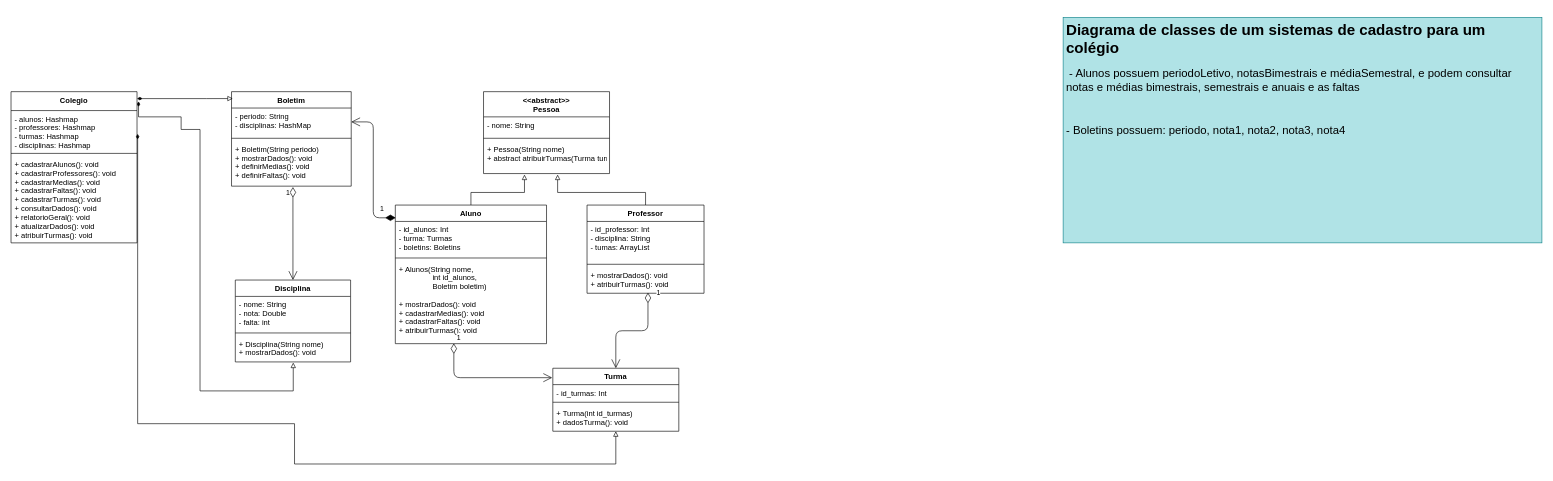
Earlier version of the draw.io diagram diagrama_classes2.drawio (moreirafelipe/dh-poo-checkpoint1). Source tidied: cells renumbered, new cells numbered last; positions are measured from the earlier drawing's top-left corner, leaving out a move shared by most shapes. Both pictures are drawn from the tidied source at 63%, with x=0, y=0 at pixel (11, 17).
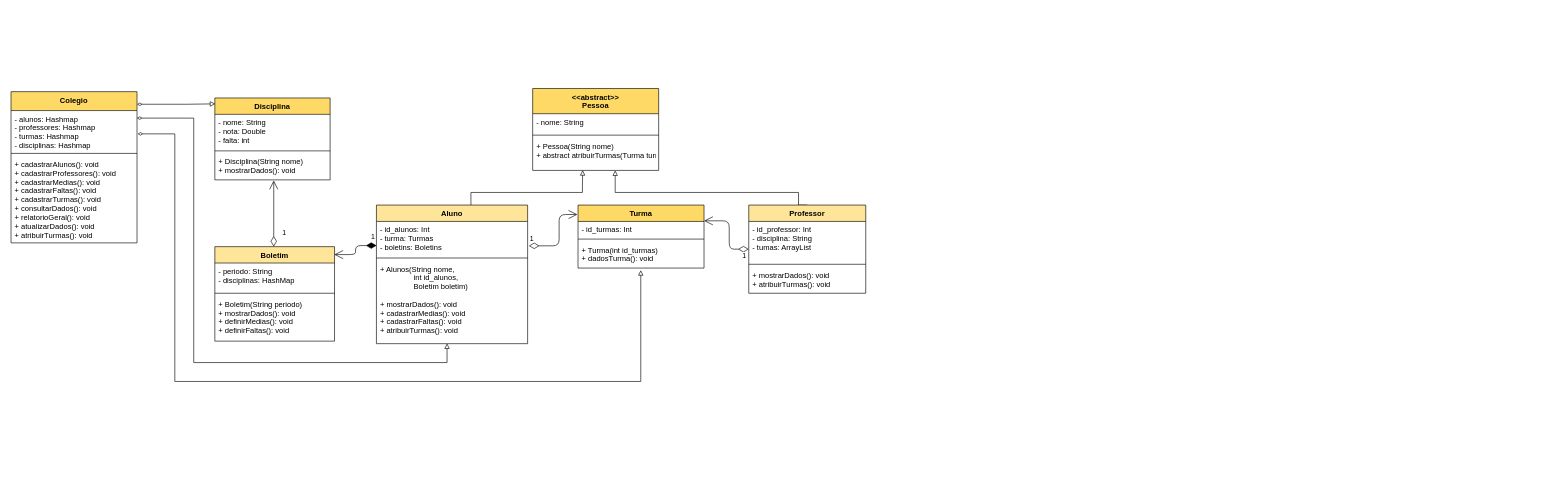
After the change.

The change refers to these unchanged cells:
```xml
<mxCell id="5" value="+ Turma(int id_turmas)&#10;+ dadosTurma(): void" style="text;strokeColor=none;fillColor=none;align=left;verticalAlign=top;spacingLeft=4;spacingRight=4;overflow=hidden;points=[[0,0.5],[1,0.5]];portConstraint=eastwest;" parent="2" vertex="1">
  <mxGeometry y="58" width="200" height="42" as="geometry" />
</mxCell>
<mxCell id="10" value="+ mostrarDados(): void&#10;+ atribuirTurmas(): void" style="text;strokeColor=none;fillColor=none;align=left;verticalAlign=top;spacingLeft=4;spacingRight=4;overflow=hidden;points=[[0,0.5],[1,0.5]];portConstraint=eastwest;" parent="7" vertex="1">
  <mxGeometry y="98" width="185.7" height="42" as="geometry" />
</mxCell>
<mxCell id="13" value="- id_alunos: Int&#10;- turma: Turmas&#10;- boletins: Boletins&#10;" style="text;strokeColor=none;fillColor=none;align=left;verticalAlign=top;spacingLeft=4;spacingRight=4;overflow=hidden;points=[[0,0.5],[1,0.5]];portConstraint=eastwest;" parent="12" vertex="1">
  <mxGeometry y="26" width="240" height="54" as="geometry" />
</mxCell>
<mxCell id="15" value="+ Alunos(String nome,&#10;                int id_alunos,&#10;                Boletim boletim)&#10;&#10;+ mostrarDados(): void&#10;+ cadastrarMedias(): void&#10;+ cadastrarFaltas(): void&#10;+ atribuirTurmas(): void" style="text;strokeColor=none;fillColor=none;align=left;verticalAlign=top;spacingLeft=4;spacingRight=4;overflow=hidden;points=[[0,0.5],[1,0.5]];portConstraint=eastwest;" parent="12" vertex="1">
  <mxGeometry y="88" width="240" height="132" as="geometry" />
</mxCell>
<mxCell id="20" value="+ Pessoa(String nome)&#10;+ abstract atribuirTurmas(Turma turma)" style="text;strokeColor=none;fillColor=none;align=left;verticalAlign=top;spacingLeft=4;spacingRight=4;overflow=hidden;points=[[0,0.5],[1,0.5]];portConstraint=eastwest;" parent="17" vertex="1">
  <mxGeometry y="78" width="200" height="52" as="geometry" />
</mxCell>
<mxCell id="22" value="- periodo: String&#10;- disciplinas: HashMap" style="text;strokeColor=none;fillColor=none;align=left;verticalAlign=top;spacingLeft=4;spacingRight=4;overflow=hidden;points=[[0,0.5],[1,0.5]];portConstraint=eastwest;" parent="21" vertex="1">
  <mxGeometry y="26" width="190" height="44" as="geometry" />
</mxCell>
<mxCell id="24" value="+ Boletim(String periodo)&#10;+ mostrarDados(): void&#10;+ definirMedias(): void&#10;+ definirFaltas(): void" style="text;strokeColor=none;fillColor=none;align=left;verticalAlign=top;spacingLeft=4;spacingRight=4;overflow=hidden;points=[[0,0.5],[1,0.5]];portConstraint=eastwest;" parent="21" vertex="1">
  <mxGeometry y="78" width="190" height="72" as="geometry" />
</mxCell>
<mxCell id="35" value="- alunos: Hashmap&#10;- professores: Hashmap&#10;- turmas: Hashmap&#10;- disciplinas: Hashmap&#10;" style="text;strokeColor=none;fillColor=none;align=left;verticalAlign=top;spacingLeft=4;spacingRight=4;overflow=hidden;points=[[0,0.5],[1,0.5]];portConstraint=eastwest;" parent="34" vertex="1">
  <mxGeometry y="30" width="200" height="64" as="geometry" />
</mxCell>
```

The edit, as a diff of the source:
```diff
@@
-    <mxCell id="2" value="Turma" style="swimlane;fontStyle=1;align=center;verticalAlign=top;horizontal=1;startSize=26;" parent="1" vertex="1">
-      <mxGeometry x="860" y="557" width="200" height="100" as="geometry" />
+    <mxCell id="2" value="Turma" style="swimlane;fontStyle=1;align=center;verticalAlign=top;horizontal=1;startSize=26;fillColor=#FFD966;" parent="1" vertex="1">
+      <mxGeometry x="900" y="298" width="200" height="100" as="geometry" />
     </mxCell>
@@
-    <mxCell id="6" style="edgeStyle=orthogonalEdgeStyle;rounded=0;jettySize=auto;html=1;entryX=0.588;entryY=1.03;entryDx=0;entryDy=0;entryPerimeter=0;startArrow=none;startFill=0;endArrow=block;endFill=0;" parent="1" edge="1" source="7" target="20">
+    <mxCell id="6" style="edgeStyle=orthogonalEdgeStyle;rounded=0;jettySize=auto;html=1;startArrow=none;startFill=0;endArrow=block;endFill=0;exitX=0.5;exitY=0;exitDx=0;exitDy=0;" parent="1" edge="1" source="7" target="20">
       <mxGeometry relative="1" as="geometry">
         <Array as="points">
-          <mxPoint x="1007" y="278" />
-          <mxPoint x="868" y="278" />
+          <mxPoint x="1250" y="298" />
+          <mxPoint x="1250" y="278" />
+          <mxPoint x="959" y="278" />
         </Array>
       </mxGeometry>
     </mxCell>
-    <mxCell id="7" value="Professor" style="swimlane;fontStyle=1;align=center;verticalAlign=top;horizontal=1;startSize=26;" parent="1" vertex="1">
-      <mxGeometry x="914.3" y="298" width="185.7" height="140" as="geometry" />
+    <mxCell id="7" value="Professor" style="swimlane;fontStyle=1;align=center;verticalAlign=top;horizontal=1;startSize=26;fillColor=#FFE599;" parent="1" vertex="1">
+      <mxGeometry x="1171" y="298" width="185.7" height="140" as="geometry" />
     </mxCell>
@@
-    <mxCell id="11" style="edgeStyle=orthogonalEdgeStyle;rounded=0;jettySize=auto;html=1;entryX=0.325;entryY=1.03;entryDx=0;entryDy=0;entryPerimeter=0;startArrow=none;startFill=0;endArrow=block;endFill=0;" parent="1" edge="1" source="12" target="20">
+    <mxCell id="11" style="edgeStyle=orthogonalEdgeStyle;rounded=0;jettySize=auto;html=1;entryX=0.397;entryY=0.992;entryDx=0;entryDy=0;entryPerimeter=0;startArrow=none;startFill=0;endArrow=block;endFill=0;" parent="1" edge="1" source="12" target="20">
       <mxGeometry relative="1" as="geometry">
         <Array as="points">
           <mxPoint x="730" y="278" />
-          <mxPoint x="815" y="278" />
+          <mxPoint x="907" y="278" />
+          <mxPoint x="907" y="268" />
+          <mxPoint x="907" y="268" />
         </Array>
       </mxGeometry>
     </mxCell>
-    <mxCell id="12" value="Aluno" style="swimlane;fontStyle=1;align=center;verticalAlign=top;horizontal=1;startSize=26;" parent="1" vertex="1">
-      <mxGeometry x="610" y="298" width="240" height="220" as="geometry" />
+    <mxCell id="12" value="Aluno" style="swimlane;fontStyle=1;align=center;verticalAlign=top;horizontal=1;startSize=26;fillColor=#FFE599;" parent="1" vertex="1">
+      <mxGeometry x="580" y="298" width="240" height="220" as="geometry" />
     </mxCell>
@@
-    <mxCell id="16" value="&lt;h1 align=&quot;left&quot;&gt;Diagrama de classes de um sistemas de cadastro para um colégio&lt;br&gt;&lt;/h1&gt;&lt;p align=&quot;left&quot;&gt;&lt;span style=&quot;font-size: 18px&quot;&gt;&amp;nbsp;- Alunos possuem periodoLetivo, notasBimestrais e médiaSemestral, e podem consultar notas e médias bimestrais, semestrais e anuais e as faltas&lt;/span&gt;&lt;/p&gt;&lt;p align=&quot;left&quot;&gt;&lt;span style=&quot;font-size: 18px&quot;&gt;&lt;br&gt;&lt;/span&gt;&lt;/p&gt;&lt;p align=&quot;left&quot;&gt;&lt;span style=&quot;font-size: 18px&quot;&gt;- Boletins possuem: periodo, nota1, nota2, nota3, nota4&lt;/span&gt;&lt;/p&gt;" style="text;html=1;strokeColor=#0e8088;fillColor=#b0e3e6;spacing=5;spacingTop=-20;whiteSpace=wrap;overflow=hidden;rounded=0;align=left;" parent="1" vertex="1">
-      <mxGeometry x="1670" width="760" height="358" as="geometry" />
-    </mxCell>
-    <mxCell id="17" value="&lt;&lt;abstract&gt;&gt;&#10;Pessoa" style="swimlane;fontStyle=1;align=center;verticalAlign=top;horizontal=1;startSize=40;" parent="1" vertex="1">
-      <mxGeometry x="750" y="118" width="200" height="130" as="geometry" />
+    <mxCell id="17" value="&lt;&lt;abstract&gt;&gt;&#10;Pessoa" style="swimlane;fontStyle=1;align=center;verticalAlign=top;horizontal=1;startSize=40;fillColor=#FFD966;" parent="1" vertex="1">
+      <mxGeometry x="828" y="113" width="200" height="130" as="geometry" />
     </mxCell>
@@
-    <mxCell id="21" value="Boletim" style="swimlane;fontStyle=1;align=center;verticalAlign=top;horizontal=1;startSize=26;" parent="1" vertex="1">
-      <mxGeometry x="350" y="118" width="190" height="150" as="geometry" />
+    <mxCell id="21" value="Boletim" style="swimlane;fontStyle=1;align=center;verticalAlign=top;horizontal=1;startSize=26;fillColor=#FFE599;" parent="1" vertex="1">
+      <mxGeometry x="323.5" y="364" width="190" height="150" as="geometry" />
     </mxCell>
@@
-    <mxCell id="25" value="1" style="endArrow=open;html=1;endSize=12;startArrow=diamondThin;startSize=14;startFill=1;edgeStyle=orthogonalEdgeStyle;align=left;verticalAlign=bottom;exitX=0.003;exitY=0.092;exitDx=0;exitDy=0;entryX=1;entryY=0.5;entryDx=0;entryDy=0;exitPerimeter=0;" parent="1" edge="1" source="12" target="22">
+    <mxCell id="25" value="1" style="endArrow=open;html=1;endSize=12;startArrow=diamondThin;startSize=14;startFill=1;edgeStyle=orthogonalEdgeStyle;align=left;verticalAlign=bottom;entryX=0.998;entryY=0.084;entryDx=0;entryDy=0;entryPerimeter=0;exitX=0.001;exitY=0.709;exitDx=0;exitDy=0;exitPerimeter=0;" parent="1" edge="1" source="13" target="21">
       <mxGeometry x="-0.76" y="-5" relative="1" as="geometry" />
     </mxCell>
-    <mxCell id="26" value="Disciplina" style="swimlane;fontStyle=1;align=center;verticalAlign=top;horizontal=1;startSize=26;" parent="1" vertex="1">
-      <mxGeometry x="356" y="417" width="183" height="130" as="geometry" />
+    <mxCell id="26" value="Disciplina" style="swimlane;fontStyle=1;align=center;verticalAlign=top;horizontal=1;startSize=26;fillColor=#FFD966;" parent="1" vertex="1">
+      <mxGeometry x="323.5" y="128" width="183" height="130" as="geometry" />
     </mxCell>
@@
-    <mxCell id="30" value="1" style="endArrow=open;html=1;endSize=12;startArrow=diamondThin;startSize=14;startFill=0;align=left;verticalAlign=bottom;entryX=0.5;entryY=0;entryDx=0;entryDy=0;exitX=0.513;exitY=1.019;exitDx=0;exitDy=0;exitPerimeter=0;" parent="1" edge="1" source="24" target="26">
-      <mxGeometry x="-0.75" y="-12" relative="1" as="geometry" />
+    <mxCell id="30" value="1" style="endArrow=open;html=1;endSize=12;startArrow=diamondThin;startSize=14;startFill=0;align=left;verticalAlign=bottom;" parent="1" edge="1">
+      <mxGeometry x="-0.75" y="-12" relative="1" as="geometry">
+        <mxPoint x="417" y="364" as="sourcePoint" />
+        <mxPoint x="417" y="259" as="targetPoint" />
+      </mxGeometry>
     </mxCell>
-    <mxCell id="31" style="edgeStyle=orthogonalEdgeStyle;rounded=0;jettySize=auto;html=1;entryX=0.011;entryY=0.073;entryDx=0;entryDy=0;startArrow=diamondThin;startFill=1;endArrow=block;endFill=0;entryPerimeter=0;" parent="1" edge="1" source="34" target="21">
+    <mxCell id="31" style="edgeStyle=orthogonalEdgeStyle;rounded=0;jettySize=auto;html=1;startArrow=diamondThin;startFill=0;endArrow=block;endFill=0;targetPerimeterSpacing=12;entryX=0.004;entryY=0.072;entryDx=0;entryDy=0;entryPerimeter=0;" parent="1" edge="1" target="26">
       <mxGeometry relative="1" as="geometry">
+        <mxPoint x="200" y="138" as="sourcePoint" />
         <Array as="points">
-          <mxPoint x="310" y="129" />
+          <mxPoint x="280" y="138" />
         </Array>
       </mxGeometry>
     </mxCell>
-    <mxCell id="32" style="edgeStyle=orthogonalEdgeStyle;rounded=0;jettySize=auto;html=1;startArrow=diamondThin;startFill=1;endArrow=block;endFill=0;exitX=1.012;exitY=0.064;exitDx=0;exitDy=0;exitPerimeter=0;" parent="1" edge="1" source="34">
+    <mxCell id="32" style="edgeStyle=orthogonalEdgeStyle;rounded=0;jettySize=auto;html=1;startArrow=diamondThin;startFill=0;endArrow=block;endFill=0;exitX=0.999;exitY=0.187;exitDx=0;exitDy=0;exitPerimeter=0;targetPerimeterSpacing=12;entryX=0.467;entryY=0.997;entryDx=0;entryDy=0;entryPerimeter=0;" parent="1" edge="1" source="35" target="15">
       <mxGeometry relative="1" as="geometry">
-        <mxPoint x="448" y="548" as="targetPoint" />
         <Array as="points">
-          <mxPoint x="202" y="158" />
-          <mxPoint x="270" y="158" />
-          <mxPoint x="270" y="178" />
-          <mxPoint x="300" y="178" />
-          <mxPoint x="300" y="593" />
-          <mxPoint x="448" y="593" />
+          <mxPoint x="290" y="160" />
+          <mxPoint x="290" y="548" />
+          <mxPoint x="692" y="548" />
         </Array>
       </mxGeometry>
     </mxCell>
-    <mxCell id="33" style="edgeStyle=orthogonalEdgeStyle;rounded=0;jettySize=auto;html=1;startArrow=diamondThin;startFill=1;endArrow=block;endFill=0;exitX=1.005;exitY=0.578;exitDx=0;exitDy=0;exitPerimeter=0;" parent="1" edge="1" source="35" target="5">
+    <mxCell id="33" style="edgeStyle=orthogonalEdgeStyle;rounded=0;jettySize=auto;html=1;startArrow=diamondThin;startFill=0;endArrow=block;endFill=0;exitX=1.005;exitY=0.578;exitDx=0;exitDy=0;exitPerimeter=0;targetPerimeterSpacing=12;entryX=0.498;entryY=1.079;entryDx=0;entryDy=0;entryPerimeter=0;" parent="1" edge="1" source="35" target="5">
       <mxGeometry relative="1" as="geometry">
         <Array as="points">
-          <mxPoint x="450" y="645" />
-          <mxPoint x="450" y="709" />
-          <mxPoint x="960" y="709" />
+          <mxPoint x="260" y="185" />
+          <mxPoint x="260" y="578" />
+          <mxPoint x="1000" y="578" />
         </Array>
       </mxGeometry>
     </mxCell>
-    <mxCell id="34" value="Colegio" style="swimlane;fontStyle=1;align=center;verticalAlign=top;horizontal=1;startSize=30;" parent="1" vertex="1">
+    <mxCell id="34" value="Colegio" style="swimlane;fontStyle=1;align=center;verticalAlign=top;horizontal=1;startSize=30;fillColor=#FFD966;" parent="1" vertex="1">
       <mxGeometry y="118" width="200" height="240" as="geometry" />
     </mxCell>
@@
-    <mxCell id="38" value="1" style="endArrow=open;html=1;endSize=12;startArrow=diamondThin;startSize=14;startFill=0;align=left;verticalAlign=bottom;edgeStyle=orthogonalEdgeStyle;exitX=0.521;exitY=0.976;exitDx=0;exitDy=0;exitPerimeter=0;entryX=0.5;entryY=0;entryDx=0;entryDy=0;" parent="1" edge="1" source="10" target="2">
-      <mxGeometry x="-0.89" y="12" relative="1" as="geometry" />
+    <mxCell id="38" value="1" style="endArrow=open;html=1;endSize=12;startArrow=diamondThin;startSize=14;startFill=0;align=left;verticalAlign=bottom;edgeStyle=orthogonalEdgeStyle;entryX=1;entryY=0.25;entryDx=0;entryDy=0;" parent="1" edge="1" source="7" target="2">
+      <mxGeometry x="-0.8" y="20" relative="1" as="geometry">
+        <Array as="points">
+          <mxPoint x="1140" y="368" />
+          <mxPoint x="1140" y="323" />
+        </Array>
+      </mxGeometry>
     </mxCell>
-    <mxCell id="39" value="1" style="endArrow=open;html=1;endSize=12;startArrow=diamondThin;startSize=14;startFill=0;edgeStyle=orthogonalEdgeStyle;align=left;verticalAlign=bottom;entryX=-0.005;entryY=0.15;entryDx=0;entryDy=0;entryPerimeter=0;exitX=0.387;exitY=0.996;exitDx=0;exitDy=0;exitPerimeter=0;" parent="1" edge="1" source="15" target="2">
+    <mxCell id="39" value="1" style="endArrow=open;html=1;endSize=12;startArrow=diamondThin;startSize=14;startFill=0;edgeStyle=orthogonalEdgeStyle;align=left;verticalAlign=bottom;entryX=-0.005;entryY=0.15;entryDx=0;entryDy=0;entryPerimeter=0;exitX=1.008;exitY=0.717;exitDx=0;exitDy=0;exitPerimeter=0;" parent="1" edge="1" source="13" target="2">
       <mxGeometry x="-1" y="3" relative="1" as="geometry">
         <Array as="points">
-          <mxPoint x="703" y="572" />
+          <mxPoint x="870" y="363" />
+          <mxPoint x="870" y="313" />
         </Array>
       </mxGeometry>
     </mxCell>
```
